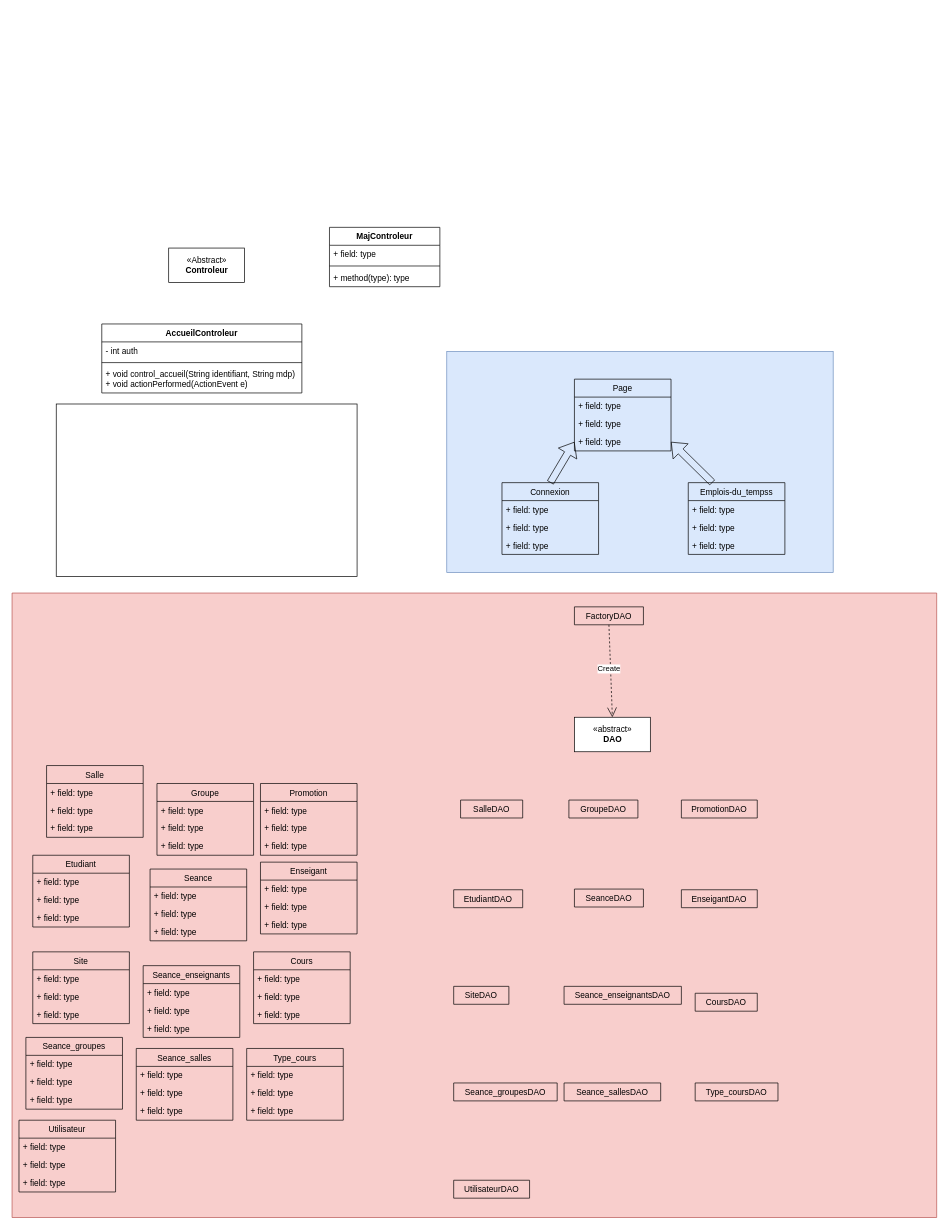
This is diagramme.drawio from jorgeayllon1/Java-Project, a draw.io file, before an edit. Source tidied: cells renumbered, new cells numbered last; positions are measured from the earlier drawing's top-left corner, leaving out a move shared by most shapes. Both pictures are drawn from the tidied source at 69%, with x=0, y=0 at pixel (12, 227).
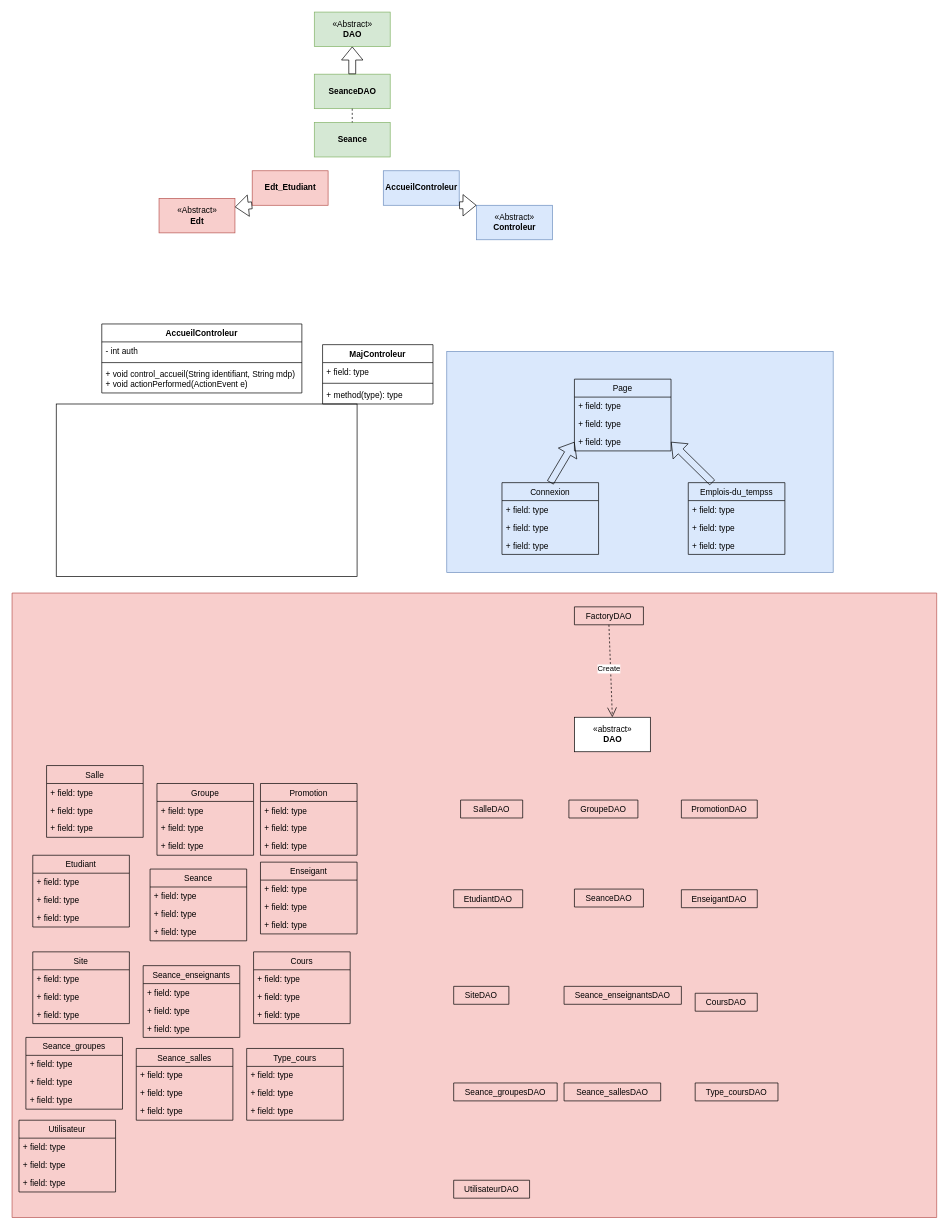
The same diagram, later.

Commit message (it also covers changes not shown here):
maj pptx

Change to the diagram source:
```diff
@@
-    <mxCell id="87" value="«Abstract»&lt;br&gt;&lt;b&gt;Controleur&lt;/b&gt;" style="html=1;" parent="1" vertex="1">
-      <mxGeometry x="227" y="30" width="110" height="50" as="geometry" />
+    <mxCell id="87" value="«Abstract»&lt;br&gt;&lt;b&gt;Controleur&lt;/b&gt;" style="html=1;fillColor=#dae8fc;strokeColor=#6c8ebf;" parent="1" vertex="1">
+      <mxGeometry x="673" y="-32" width="110" height="50" as="geometry" />
     </mxCell>
@@
+    <mxCell id="96" value="&lt;b&gt;AccueilControleur&lt;/b&gt;" style="html=1;fillColor=#dae8fc;strokeColor=#6c8ebf;" parent="1" vertex="1">
+      <mxGeometry x="538" y="-82" width="110" height="50" as="geometry" />
+    </mxCell>
     <mxCell id="92" value="MajControleur" style="swimlane;fontStyle=1;align=center;verticalAlign=top;horizontal=1;startSize=26;" parent="1" vertex="1">
-      <mxGeometry x="460" width="160" height="86" as="geometry" />
+      <mxGeometry x="450" y="170" width="160" height="86" as="geometry" />
     </mxCell>
@@
+    <mxCell id="97" style="shape=flexArrow;endArrow=classic;html=1;exitX=1;exitY=1;exitDx=0;exitDy=0;entryX=0;entryY=0;entryDx=0;entryDy=0;" parent="1" edge="1" source="96" target="87">
+      <mxGeometry relative="1" as="geometry" />
+    </mxCell>
+    <mxCell id="98" value="«Abstract»&lt;br&gt;&lt;b&gt;DAO&lt;/b&gt;" style="html=1;fillColor=#d5e8d4;strokeColor=#82b366;" parent="1" vertex="1">
+      <mxGeometry x="438" y="-312" width="110" height="50" as="geometry" />
+    </mxCell>
+    <mxCell id="99" value="&lt;b&gt;SeanceDAO&lt;/b&gt;" style="html=1;fillColor=#d5e8d4;strokeColor=#82b366;" parent="1" vertex="1">
+      <mxGeometry x="438" y="-222" width="110" height="50" as="geometry" />
+    </mxCell>
+    <mxCell id="100" value="&lt;b&gt;Seance&lt;/b&gt;" style="html=1;fillColor=#d5e8d4;strokeColor=#82b366;" parent="1" vertex="1">
+      <mxGeometry x="438" y="-152" width="110" height="50" as="geometry" />
+    </mxCell>
+    <mxCell id="101" value="«Abstract»&lt;br&gt;&lt;b&gt;Edt&lt;/b&gt;" style="html=1;fillColor=#f8cecc;strokeColor=#b85450;" parent="1" vertex="1">
+      <mxGeometry x="213" y="-42" width="110" height="50" as="geometry" />
+    </mxCell>
+    <mxCell id="102" value="&lt;b&gt;Edt_Etudiant&lt;/b&gt;" style="html=1;fillColor=#f8cecc;strokeColor=#b85450;" parent="1" vertex="1">
+      <mxGeometry x="348" y="-82" width="110" height="50" as="geometry" />
+    </mxCell>
+    <mxCell id="103" style="shape=flexArrow;endArrow=classic;html=1;entryX=1;entryY=0.25;entryDx=0;entryDy=0;exitX=0;exitY=1;exitDx=0;exitDy=0;" parent="1" edge="1" source="102" target="101">
+      <mxGeometry relative="1" as="geometry" />
+    </mxCell>
+    <mxCell id="104" style="shape=flexArrow;endArrow=classic;html=1;exitX=0.5;exitY=0;exitDx=0;exitDy=0;entryX=0.5;entryY=1;entryDx=0;entryDy=0;" parent="1" edge="1" source="99" target="98">
+      <mxGeometry relative="1" as="geometry" />
+    </mxCell>
+    <mxCell id="105" style="endArrow=none;dashed=1;html=1;entryX=0.5;entryY=0;entryDx=0;entryDy=0;exitX=0.5;exitY=1;exitDx=0;exitDy=0;" parent="1" edge="1" source="99" target="100">
+      <mxGeometry relative="1" as="geometry" />
+    </mxCell>
```
